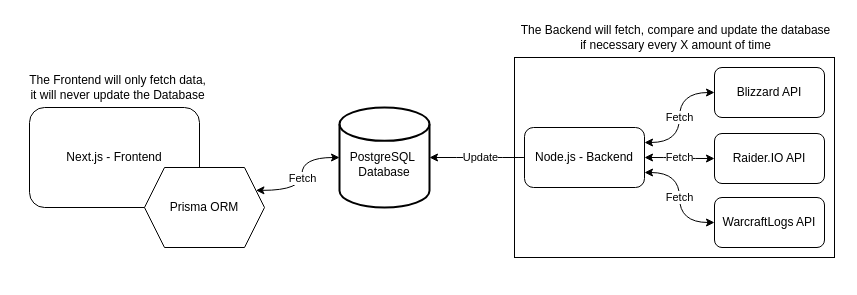
Earlier version of the draw.io diagram page "high-level-architecture" (1 of 2) of assets/diagrams.drawio (equix1/wow-info). Source tidied: cells renumbered, new cells numbered last; positions are measured from the earlier drawing's top-left corner, leaving out a move shared by most shapes. Both pictures are drawn from the tidied source at 100%, with x=0, y=0 at pixel (17, 17).
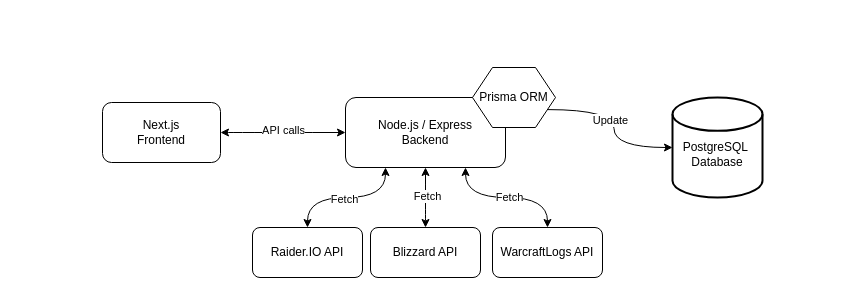
The same diagram, later.

Diff of the diagram source:
```diff
@@
 <mxGraphModel>
   <root>
     <mxCell id="0" />
     <mxCell id="1" parent="0" />
+    <mxCell id="18" style="edgeStyle=orthogonalEdgeStyle;rounded=0;jettySize=auto;html=1;exitX=1;exitY=0.5;exitDx=0;exitDy=0;entryX=0;entryY=0.5;entryDx=0;entryDy=0;curved=1;startArrow=classic;startFill=1;" parent="1" edge="1" source="20" target="21">
+      <mxGeometry relative="1" as="geometry" />
+    </mxCell>
+    <mxCell id="19" value="API calls" style="edgeLabel;html=1;align=center;verticalAlign=middle;" parent="18" vertex="1">
+      <mxGeometry x="-0.01" y="3" relative="1" as="geometry" />
+    </mxCell>
+    <mxCell id="20" value="Next.js&lt;br&gt;Frontend" style="rounded=1;whiteSpace=wrap;html=1;" parent="1" vertex="1">
+      <mxGeometry x="85" y="85" width="118" height="60" as="geometry" />
+    </mxCell>
     <mxCell id="2" value="&lt;div&gt;&lt;br&gt;&lt;/div&gt;PostgreSQL&amp;nbsp;&lt;br&gt;Database" style="strokeWidth=2;html=1;shape=mxgraph.flowchart.database;whiteSpace=wrap;" parent="1" vertex="1">
-      <mxGeometry x="322" y="90" width="90" height="100" as="geometry" />
+      <mxGeometry x="655" y="80" width="90" height="100" as="geometry" />
     </mxCell>
-    <mxCell id="3" value="Next.js - Frontend" style="rounded=1;whiteSpace=wrap;html=1;" parent="1" vertex="1">
-      <mxGeometry x="12" y="90" width="170" height="100" as="geometry" />
-    </mxCell>
-    <mxCell id="4" style="rounded=0;whiteSpace=wrap;html=1;" parent="1" vertex="1">
-      <mxGeometry x="497" y="40" width="320" height="200" as="geometry" />
-    </mxCell>
-    <mxCell id="5" value="Fetch" style="edgeStyle=orthogonalEdgeStyle;rounded=0;jettySize=auto;html=1;exitX=1;exitY=0.25;exitDx=0;exitDy=0;entryX=0;entryY=0.5;entryDx=0;entryDy=0;curved=1;startArrow=classic;startFill=1;" parent="1" edge="1" source="7" target="8">
-      <mxGeometry relative="1" as="geometry" />
-    </mxCell>
-    <mxCell id="6" value="Fetch" style="edgeStyle=orthogonalEdgeStyle;rounded=0;jettySize=auto;html=1;exitX=1;exitY=0.75;exitDx=0;exitDy=0;entryX=0;entryY=0.5;entryDx=0;entryDy=0;curved=1;startArrow=classic;startFill=1;" parent="1" edge="1" source="7" target="9">
-      <mxGeometry relative="1" as="geometry" />
-    </mxCell>
-    <mxCell id="7" value="Node.js - Backend" style="rounded=1;whiteSpace=wrap;html=1;" parent="1" vertex="1">
-      <mxGeometry x="507" y="110" width="120" height="60" as="geometry" />
-    </mxCell>
+    <mxCell id="21" value="Node.js / Express&lt;br&gt;Backend" style="rounded=1;whiteSpace=wrap;html=1;" parent="1" vertex="1">
+      <mxGeometry x="328" y="80" width="160" height="70" as="geometry" />
+    </mxCell>
+    <mxCell id="22" style="edgeStyle=orthogonalEdgeStyle;rounded=0;jettySize=auto;html=1;exitX=0.5;exitY=0;exitDx=0;exitDy=0;entryX=0.5;entryY=1;entryDx=0;entryDy=0;curved=1;startArrow=classic;startFill=1;" parent="1" edge="1" source="8" target="21">
+      <mxGeometry relative="1" as="geometry" />
+    </mxCell>
+    <mxCell id="23" value="Fetch" style="edgeLabel;html=1;align=center;verticalAlign=middle;" parent="22" vertex="1">
+      <mxGeometry x="0.07" y="-1" relative="1" as="geometry" />
+    </mxCell>
     <mxCell id="8" value="Blizzard API" style="rounded=1;whiteSpace=wrap;html=1;" parent="1" vertex="1">
-      <mxGeometry x="697" y="50" width="110" height="50" as="geometry" />
+      <mxGeometry x="353" y="210" width="110" height="50" as="geometry" />
     </mxCell>
+    <mxCell id="24" style="edgeStyle=orthogonalEdgeStyle;rounded=0;jettySize=auto;html=1;exitX=0.5;exitY=0;exitDx=0;exitDy=0;entryX=0.75;entryY=1;entryDx=0;entryDy=0;curved=1;startArrow=classic;startFill=1;" parent="1" edge="1" source="9" target="21">
+      <mxGeometry relative="1" as="geometry" />
+    </mxCell>
+    <mxCell id="25" value="Fetch" style="edgeLabel;html=1;align=center;verticalAlign=middle;" parent="24" vertex="1">
+      <mxGeometry x="-0.03" y="-1" relative="1" as="geometry" />
+    </mxCell>
     <mxCell id="9" value="WarcraftLogs API" style="rounded=1;whiteSpace=wrap;html=1;" parent="1" vertex="1">
-      <mxGeometry x="697" y="180" width="110" height="50" as="geometry" />
+      <mxGeometry x="475" y="210" width="110" height="50" as="geometry" />
     </mxCell>
-    <mxCell id="10" style="edgeStyle=orthogonalEdgeStyle;rounded=0;jettySize=auto;html=1;exitX=0;exitY=0.5;exitDx=0;exitDy=0;entryX=1;entryY=0.5;entryDx=0;entryDy=0;entryPerimeter=0;curved=1;" parent="1" edge="1" source="7" target="2">
-      <mxGeometry relative="1" as="geometry" />
-    </mxCell>
+    <mxCell id="26" style="edgeStyle=orthogonalEdgeStyle;rounded=0;jettySize=auto;html=1;exitX=0.5;exitY=0;exitDx=0;exitDy=0;entryX=0.25;entryY=1;entryDx=0;entryDy=0;curved=1;startArrow=classic;startFill=1;" parent="1" edge="1" source="17" target="21">
+      <mxGeometry relative="1" as="geometry" />
+    </mxCell>
+    <mxCell id="27" value="Fetch" style="edgeLabel;html=1;align=center;verticalAlign=middle;" parent="26" vertex="1">
+      <mxGeometry x="-0.04" y="-1" relative="1" as="geometry" />
+    </mxCell>
+    <mxCell id="17" value="Raider.IO API" style="rounded=1;whiteSpace=wrap;html=1;" parent="1" vertex="1">
+      <mxGeometry x="235" y="210" width="110" height="50" as="geometry" />
+    </mxCell>
+    <mxCell id="15" value="Prisma ORM" style="shape=hexagon;perimeter=hexagonPerimeter2;whiteSpace=wrap;html=1;fixedSize=1;" parent="1" vertex="1">
+      <mxGeometry x="455" y="50" width="83" height="60" as="geometry" />
+    </mxCell>
+    <mxCell id="14" style="edgeStyle=orthogonalEdgeStyle;rounded=0;jettySize=auto;html=1;exitX=1;exitY=0.75;exitDx=0;exitDy=0;entryX=0;entryY=0.5;entryDx=0;entryDy=0;entryPerimeter=0;curved=1;" parent="1" edge="1" source="15" target="2">
+      <mxGeometry relative="1" as="geometry" />
+    </mxCell>
-    <mxCell id="11" value="Update" style="edgeLabel;html=1;align=center;verticalAlign=middle;" parent="10" vertex="1">
-      <mxGeometry x="-0.06" y="-1" relative="1" as="geometry" />
+    <mxCell id="11" value="Update" style="edgeLabel;html=1;align=center;verticalAlign=middle;" parent="14" vertex="1">
+      <mxGeometry x="-0.06" y="-5" relative="1" as="geometry">
+        <mxPoint x="1" as="offset" />
+      </mxGeometry>
     </mxCell>
-    <mxCell id="12" value="The Backend will fetch, compare and update the database &lt;br&gt;if necessary every X amount of time" style="text;html=1;align=center;verticalAlign=middle;strokeColor=none;fillColor=none;" parent="1" vertex="1">
-      <mxGeometry x="493" width="330" height="40" as="geometry" />
-    </mxCell>
-    <mxCell id="13" value="The Frontend will only fetch data, &lt;br&gt;it will never update the Database" style="text;html=1;align=center;verticalAlign=middle;strokeColor=none;fillColor=none;" parent="1" vertex="1">
-      <mxGeometry y="50" width="200" height="40" as="geometry" />
-    </mxCell>
-    <mxCell id="14" value="Fetch" style="edgeStyle=orthogonalEdgeStyle;rounded=0;jettySize=auto;html=1;exitX=1;exitY=0.25;exitDx=0;exitDy=0;entryX=0;entryY=0.5;entryDx=0;entryDy=0;entryPerimeter=0;curved=1;startArrow=classic;startFill=1;" parent="1" edge="1" source="15" target="2">
-      <mxGeometry relative="1" as="geometry" />
-    </mxCell>
-    <mxCell id="15" value="Prisma ORM" style="shape=hexagon;perimeter=hexagonPerimeter2;whiteSpace=wrap;html=1;fixedSize=1;" parent="1" vertex="1">
-      <mxGeometry x="127" y="150" width="120" height="80" as="geometry" />
-    </mxCell>
-    <mxCell id="16" value="Fetch" style="edgeStyle=orthogonalEdgeStyle;rounded=0;jettySize=auto;html=1;exitX=0;exitY=0.5;exitDx=0;exitDy=0;curved=1;startArrow=classic;startFill=1;" parent="1" edge="1" source="17" target="7">
-      <mxGeometry relative="1" as="geometry" />
-    </mxCell>
-    <mxCell id="17" value="Raider.IO API" style="rounded=1;whiteSpace=wrap;html=1;" parent="1" vertex="1">
-      <mxGeometry x="697" y="116" width="110" height="50" as="geometry" />
-    </mxCell>
   </root>
 </mxGraphModel>
```
